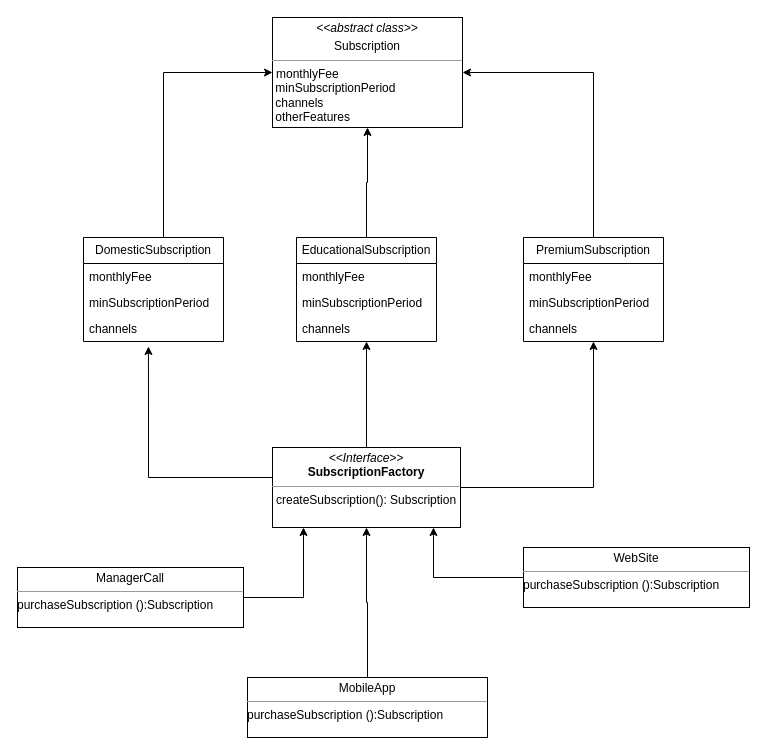
The draw.io diagram lab2/task1/task1.drawio in SlavaFomenko/KPZ, before the edit. Source tidied: cells renumbered, new cells numbered last; positions are measured from the earlier drawing's top-left corner, leaving out a move shared by most shapes. Both pictures are drawn from the tidied source at 100%, with x=0, y=0 at pixel (17, 17).
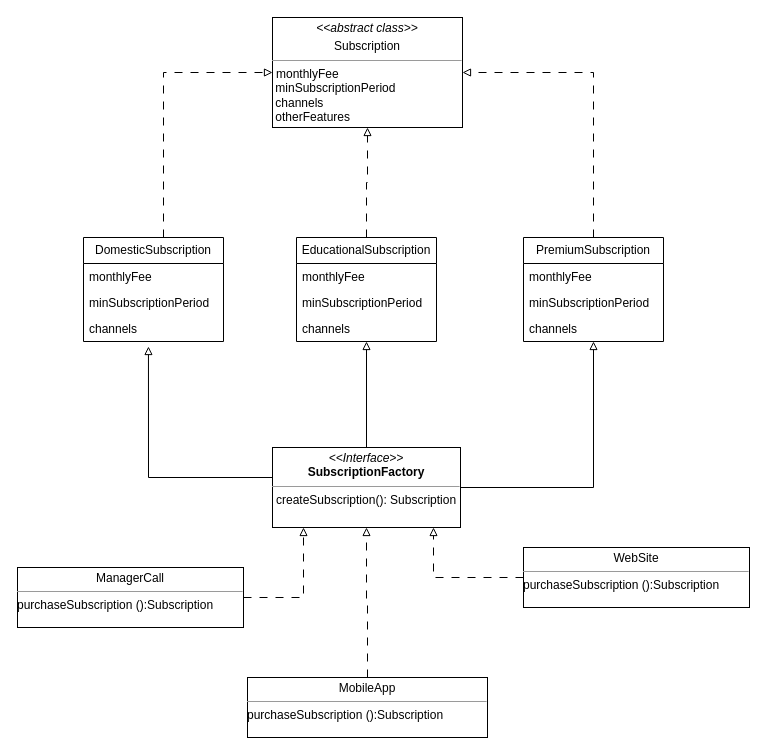
The same page after the edit.

The change refers to these unchanged cells:
```xml
<mxCell id="2" value="&lt;p style=&quot;margin:0px;margin-top:4px;text-align:center;&quot;&gt;&lt;i&gt;&amp;lt;&amp;lt;&lt;/i&gt;&lt;i style=&quot;background-color: initial;&quot;&gt;abstract class&lt;/i&gt;&lt;i style=&quot;background-color: initial;&quot;&gt;&amp;gt;&amp;gt;&lt;/i&gt;&lt;/p&gt;&lt;p style=&quot;margin:0px;margin-top:4px;text-align:center;&quot;&gt;Subscription&lt;br&gt;&lt;/p&gt;&lt;hr size=&quot;1&quot;&gt;&lt;p style=&quot;margin:0px;margin-left:4px;&quot;&gt;monthlyFee&lt;br&gt;&lt;/p&gt;&amp;nbsp;minSubscriptionPeriod&lt;br&gt;&amp;nbsp;channels&lt;br&gt;&amp;nbsp;otherFeatures" style="verticalAlign=top;align=left;overflow=fill;fontSize=12;fontFamily=Helvetica;html=1;whiteSpace=wrap;" parent="1" vertex="1">
  <mxGeometry x="255" width="190" height="110" as="geometry" />
</mxCell>
<mxCell id="4" value="DomesticSubscription" style="swimlane;fontStyle=0;horizontal=1;startSize=26;fillColor=none;whiteSpace=wrap;html=1;" parent="1" vertex="1">
  <mxGeometry x="66" y="220" width="140" height="104" as="geometry" />
</mxCell>
<mxCell id="7" value="channels" style="text;strokeColor=none;fillColor=none;align=left;verticalAlign=top;spacingLeft=4;spacingRight=4;overflow=hidden;points=[[0,0.5],[1,0.5]];portConstraint=eastwest;whiteSpace=wrap;html=1;" parent="4" vertex="1">
  <mxGeometry y="78" width="140" height="26" as="geometry" />
</mxCell>
<mxCell id="9" value="EducationalSubscription" style="swimlane;fontStyle=0;horizontal=1;startSize=26;fillColor=none;whiteSpace=wrap;html=1;" parent="1" vertex="1">
  <mxGeometry x="279" y="220" width="140" height="104" as="geometry" />
</mxCell>
<mxCell id="14" value="PremiumSubscription" style="swimlane;fontStyle=0;horizontal=1;startSize=26;fillColor=none;whiteSpace=wrap;html=1;" parent="1" vertex="1">
  <mxGeometry x="506" y="220" width="140" height="104" as="geometry" />
</mxCell>
<mxCell id="19" value="&lt;p style=&quot;margin:0px;margin-top:4px;text-align:center;&quot;&gt;ManagerCall&lt;br&gt;&lt;/p&gt;&lt;hr size=&quot;1&quot;&gt;&lt;div style=&quot;height:2px;&quot;&gt;purchaseSubscription ():Subscription&lt;/div&gt;" style="verticalAlign=top;align=left;overflow=fill;fontSize=12;fontFamily=Helvetica;html=1;whiteSpace=wrap;" parent="1" vertex="1">
  <mxGeometry y="550" width="226" height="60" as="geometry" />
</mxCell>
<mxCell id="22" value="&lt;p style=&quot;margin:0px;margin-top:4px;text-align:center;&quot;&gt;&lt;i&gt;&amp;lt;&amp;lt;Interface&amp;gt;&amp;gt;&lt;/i&gt;&lt;br&gt;&lt;b&gt;SubscriptionFactory&lt;/b&gt;&lt;br&gt;&lt;/p&gt;&lt;hr size=&quot;1&quot;&gt;&lt;p style=&quot;margin:0px;margin-left:4px;&quot;&gt;createSubscription(): Subscription&lt;br&gt;&lt;/p&gt;" style="verticalAlign=top;align=left;overflow=fill;fontSize=12;fontFamily=Helvetica;html=1;whiteSpace=wrap;" parent="1" vertex="1">
  <mxGeometry x="255" y="430" width="188" height="80" as="geometry" />
</mxCell>
<mxCell id="24" value="&lt;p style=&quot;margin:0px;margin-top:4px;text-align:center;&quot;&gt;MobileApp&lt;br&gt;&lt;/p&gt;&lt;hr size=&quot;1&quot;&gt;&lt;div style=&quot;height:2px;&quot;&gt;purchaseSubscription ():Subscription&lt;/div&gt;" style="verticalAlign=top;align=left;overflow=fill;fontSize=12;fontFamily=Helvetica;html=1;whiteSpace=wrap;" parent="1" vertex="1">
  <mxGeometry x="230" y="660" width="240" height="60" as="geometry" />
</mxCell>
<mxCell id="26" value="&lt;p style=&quot;margin:0px;margin-top:4px;text-align:center;&quot;&gt;WebSite&lt;br&gt;&lt;/p&gt;&lt;hr size=&quot;1&quot;&gt;&lt;div style=&quot;height:2px;&quot;&gt;purchaseSubscription ():Subscription&lt;/div&gt;" style="verticalAlign=top;align=left;overflow=fill;fontSize=12;fontFamily=Helvetica;html=1;whiteSpace=wrap;" parent="1" vertex="1">
  <mxGeometry x="506" y="530" width="226" height="60" as="geometry" />
</mxCell>
```

Change to the diagram source:
```diff
@@
-    <mxCell id="3" style="edgeStyle=orthogonalEdgeStyle;rounded=0;jettySize=auto;html=1;entryX=0;entryY=0.5;entryDx=0;entryDy=0;" parent="1" edge="1" source="4" target="2">
+    <mxCell id="3" style="edgeStyle=orthogonalEdgeStyle;rounded=0;jettySize=auto;html=1;entryX=0;entryY=0.5;entryDx=0;entryDy=0;dashed=1;dashPattern=8 8;endArrow=block;endFill=0;" parent="1" edge="1" source="4" target="2">
       <mxGeometry relative="1" as="geometry">
         <Array as="points">
           <mxPoint x="146" y="55" />
         </Array>
       </mxGeometry>
     </mxCell>
@@
-    <mxCell id="8" style="edgeStyle=orthogonalEdgeStyle;rounded=0;jettySize=auto;html=1;entryX=0.5;entryY=1;entryDx=0;entryDy=0;" parent="1" edge="1" source="9" target="2">
+    <mxCell id="8" style="edgeStyle=orthogonalEdgeStyle;rounded=0;jettySize=auto;html=1;entryX=0.5;entryY=1;entryDx=0;entryDy=0;dashed=1;dashPattern=8 8;endArrow=block;endFill=0;" parent="1" edge="1" source="9" target="2">
       <mxGeometry relative="1" as="geometry" />
     </mxCell>
@@
-    <mxCell id="13" style="edgeStyle=orthogonalEdgeStyle;rounded=0;jettySize=auto;html=1;entryX=1;entryY=0.5;entryDx=0;entryDy=0;" parent="1" edge="1" source="14" target="2">
+    <mxCell id="13" style="edgeStyle=orthogonalEdgeStyle;rounded=0;jettySize=auto;html=1;entryX=1;entryY=0.5;entryDx=0;entryDy=0;dashed=1;dashPattern=8 8;endArrow=block;endFill=0;" parent="1" edge="1" source="14" target="2">
       <mxGeometry relative="1" as="geometry">
         <Array as="points">
           <mxPoint x="576" y="55" />
         </Array>
       </mxGeometry>
     </mxCell>
@@
-    <mxCell id="18" style="edgeStyle=orthogonalEdgeStyle;rounded=0;jettySize=auto;html=1;" parent="1" edge="1" source="19" target="22">
+    <mxCell id="18" style="edgeStyle=orthogonalEdgeStyle;rounded=0;jettySize=auto;html=1;endArrow=block;endFill=0;dashed=1;dashPattern=8 8;" parent="1" edge="1" source="19" target="22">
       <mxGeometry relative="1" as="geometry">
         <Array as="points">
           <mxPoint x="286" y="580" />
         </Array>
       </mxGeometry>
     </mxCell>
@@
-    <mxCell id="20" style="edgeStyle=orthogonalEdgeStyle;rounded=0;jettySize=auto;html=1;" parent="1" edge="1" source="22" target="9">
+    <mxCell id="20" style="edgeStyle=orthogonalEdgeStyle;rounded=0;jettySize=auto;html=1;endArrow=block;endFill=0;" parent="1" edge="1" source="22" target="9">
       <mxGeometry relative="1" as="geometry" />
     </mxCell>
-    <mxCell id="21" style="edgeStyle=orthogonalEdgeStyle;rounded=0;jettySize=auto;html=1;" parent="1" edge="1" source="22" target="14">
+    <mxCell id="21" style="edgeStyle=orthogonalEdgeStyle;rounded=0;jettySize=auto;html=1;endArrow=block;endFill=0;" parent="1" edge="1" source="22" target="14">
       <mxGeometry relative="1" as="geometry" />
     </mxCell>
@@
-    <mxCell id="23" style="edgeStyle=orthogonalEdgeStyle;rounded=0;jettySize=auto;html=1;" parent="1" edge="1" source="24" target="22">
+    <mxCell id="23" style="edgeStyle=orthogonalEdgeStyle;rounded=0;jettySize=auto;html=1;endArrow=block;endFill=0;dashed=1;dashPattern=8 8;" parent="1" edge="1" source="24" target="22">
       <mxGeometry relative="1" as="geometry" />
     </mxCell>
@@
-    <mxCell id="25" style="edgeStyle=orthogonalEdgeStyle;rounded=0;jettySize=auto;html=1;" parent="1" edge="1" source="26" target="22">
+    <mxCell id="25" style="edgeStyle=orthogonalEdgeStyle;rounded=0;jettySize=auto;html=1;endArrow=block;endFill=0;dashed=1;dashPattern=8 8;" parent="1" edge="1" source="26" target="22">
       <mxGeometry relative="1" as="geometry">
         <Array as="points">
           <mxPoint x="416" y="560" />
         </Array>
       </mxGeometry>
     </mxCell>
@@
-    <mxCell id="27" style="edgeStyle=orthogonalEdgeStyle;rounded=0;jettySize=auto;html=1;entryX=0.464;entryY=1.192;entryDx=0;entryDy=0;entryPerimeter=0;" parent="1" edge="1" source="22" target="7">
+    <mxCell id="27" style="edgeStyle=orthogonalEdgeStyle;rounded=0;jettySize=auto;html=1;entryX=0.464;entryY=1.192;entryDx=0;entryDy=0;entryPerimeter=0;endArrow=block;endFill=0;" parent="1" edge="1" source="22" target="7">
       <mxGeometry relative="1" as="geometry">
         <Array as="points">
           <mxPoint x="131" y="460" />
         </Array>
       </mxGeometry>
     </mxCell>
```
